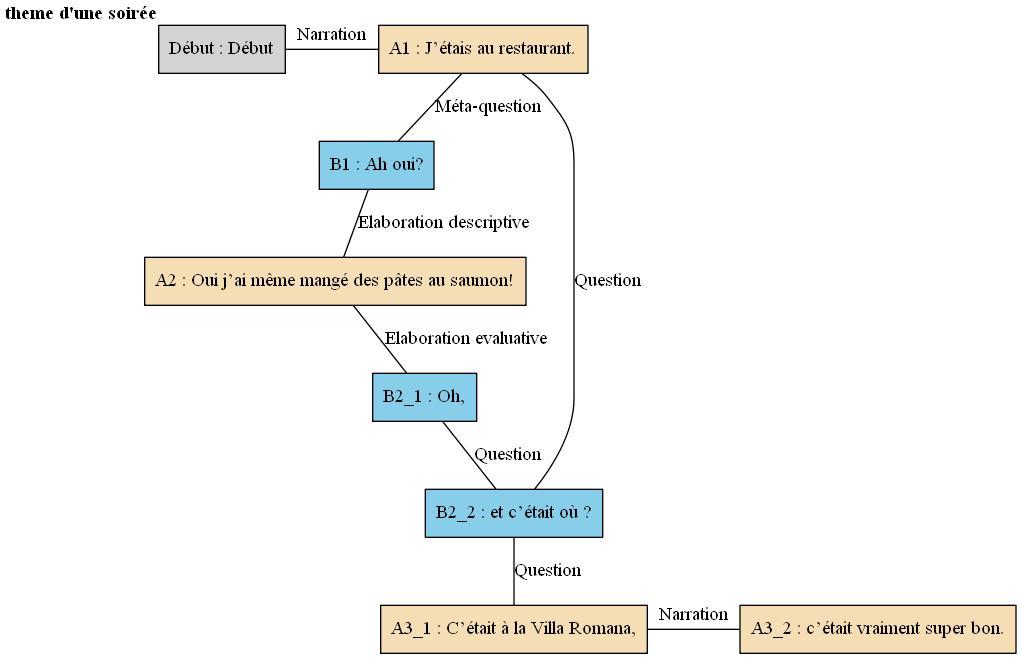
The Graphviz diagram arbres/Bac_a_sable/Bac_a_sable_-_C08.gv.png in AlaixComet/AnnotationSlamPTut, before a commit. Its source is kept beside it as arbres/Bac_a_sable/Bac_a_sable_-_C08.gv. Its diagram source:
```dot
digraph C08 {
	node [shape=box style=filled]
	"Début" [label="Début : Début" xlabel=<<B>theme d'une soirée</B>>]
	A1 [label="A1 : J’étais au restaurant." fillcolor=wheat xlabel=""]
	B1 [label="B1 : Ah oui?" fillcolor=skyblue xlabel=""]
	A2 [label="A2 : Oui j’ai même mangé des pâtes au saumon!" fillcolor=wheat xlabel=""]
	B2_1 [label="B2_1 : Oh," fillcolor=skyblue xlabel=""]
	B2_2 [label="B2_2 : et c’était où ?" fillcolor=skyblue xlabel=""]
	A3_1 [label="A3_1 : C’était à la Villa Romana," fillcolor=wheat xlabel=""]
	A3_2 [label="A3_2 : c’était vraiment super bon." fillcolor=wheat xlabel=""]
	{
		rank=same
		"Début"
		A1
		"Début" -> A1 [label=Narration dir=none]
	}
	A1 -> B1 [label="Méta-question" dir=none]
	B1 -> A2 [label="Elaboration descriptive" dir=none]
	A2 -> B2_1 [label="Elaboration evaluative" dir=none]
	A1 -> B2_2 [label=Question dir=none]
	B2_1 -> B2_2 [label=Question dir=none]
	B2_2 -> A3_1 [label=Question dir=none]
	{
		rank=same
		A3_1
		A3_2
		A3_1 -> A3_2 [label=Narration dir=none]
	}
}
```
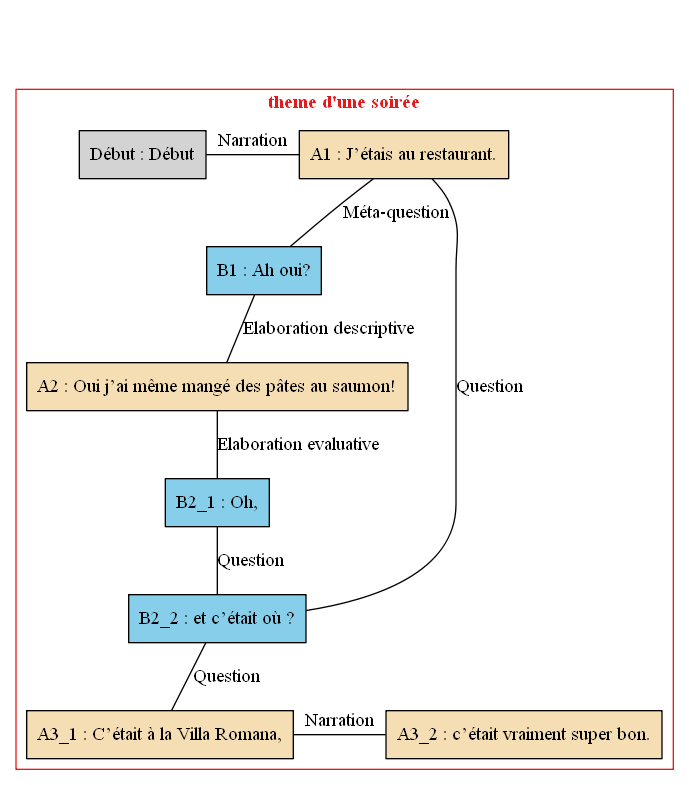
Above is the later version.

The edit, as a diff of the source:
```diff
@@ -1,29 +1,38 @@
 digraph C08 {
 	node [shape=box style=filled]
-	"Début" [label="Début : Début" xlabel=<<B>theme d'une soirée</B>>]
-	A1 [label="A1 : J’étais au restaurant." fillcolor=wheat xlabel=""]
-	B1 [label="B1 : Ah oui?" fillcolor=skyblue xlabel=""]
-	A2 [label="A2 : Oui j’ai même mangé des pâtes au saumon!" fillcolor=wheat xlabel=""]
-	B2_1 [label="B2_1 : Oh," fillcolor=skyblue xlabel=""]
-	B2_2 [label="B2_2 : et c’était où ?" fillcolor=skyblue xlabel=""]
-	A3_1 [label="A3_1 : C’était à la Villa Romana," fillcolor=wheat xlabel=""]
-	A3_2 [label="A3_2 : c’était vraiment super bon." fillcolor=wheat xlabel=""]
-	{
-		rank=same
+	newrank=true
+	zero [style=invis]
+	"Début" [label="Début : Début"]
+	A1 [label="A1 : J’étais au restaurant." fillcolor=wheat]
+	B1 [label="B1 : Ah oui?" fillcolor=skyblue]
+	A2 [label="A2 : Oui j’ai même mangé des pâtes au saumon!" fillcolor=wheat]
+	B2_1 [label="B2_1 : Oh," fillcolor=skyblue]
+	B2_2 [label="B2_2 : et c’était où ?" fillcolor=skyblue]
+	A3_1 [label="A3_1 : C’était à la Villa Romana," fillcolor=wheat]
+	A3_2 [label="A3_2 : c’était vraiment super bon." fillcolor=wheat]
+	zero -> "Début" [label="" style=invis]
+	zero -> A1 [style=invis weight=1]
+	"Début" -> A1 [label=Narration constraint=false dir=none]
+	A1 -> B1 [label="Méta-question" dir=none weight=2]
+	B1 -> A2 [label="Elaboration descriptive" dir=none weight=2]
+	A2 -> B2_1 [label="Elaboration evaluative" dir=none weight=2]
+	A1 -> B2_2 [label=Question dir=none weight=2]
+	B2_1 -> B2_2 [label=Question dir=none weight=2]
+	B2_2 -> A3_1 [label=Question dir=none weight=2]
+	B2_2 -> A3_2 [style=invis weight=1]
+	A3_1 -> A3_2 [label=Narration constraint=false dir=none]
+	subgraph cluster_1 {
+		label=<<B>theme d'une soirée</B>>
+		colorscheme=set19
+		color=1
+		fontcolor=1
 		"Début"
 		A1
-		"Début" -> A1 [label=Narration dir=none]
-	}
-	A1 -> B1 [label="Méta-question" dir=none]
-	B1 -> A2 [label="Elaboration descriptive" dir=none]
-	A2 -> B2_1 [label="Elaboration evaluative" dir=none]
-	A1 -> B2_2 [label=Question dir=none]
-	B2_1 -> B2_2 [label=Question dir=none]
-	B2_2 -> A3_1 [label=Question dir=none]
-	{
-		rank=same
+		B1
+		A2
+		B2_1
+		B2_2
 		A3_1
 		A3_2
-		A3_1 -> A3_2 [label=Narration dir=none]
 	}
 }
```
